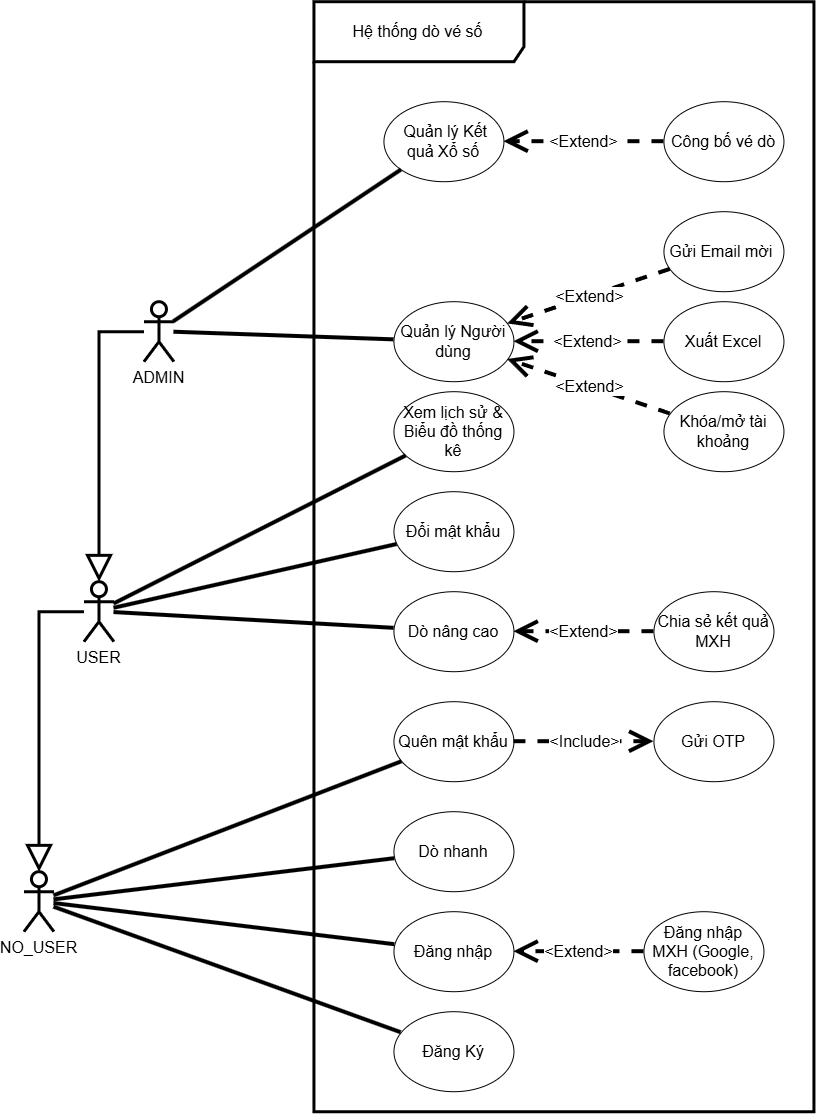
Before: Task 9/Presentation/images/usecase-diagram.png, a diagram exported from draw.io (Stratoze/lab301). Source tidied: cells renumbered, new cells last; positions are measured from the earlier drawing's top-left corner, leaving out a move shared by most shapes.
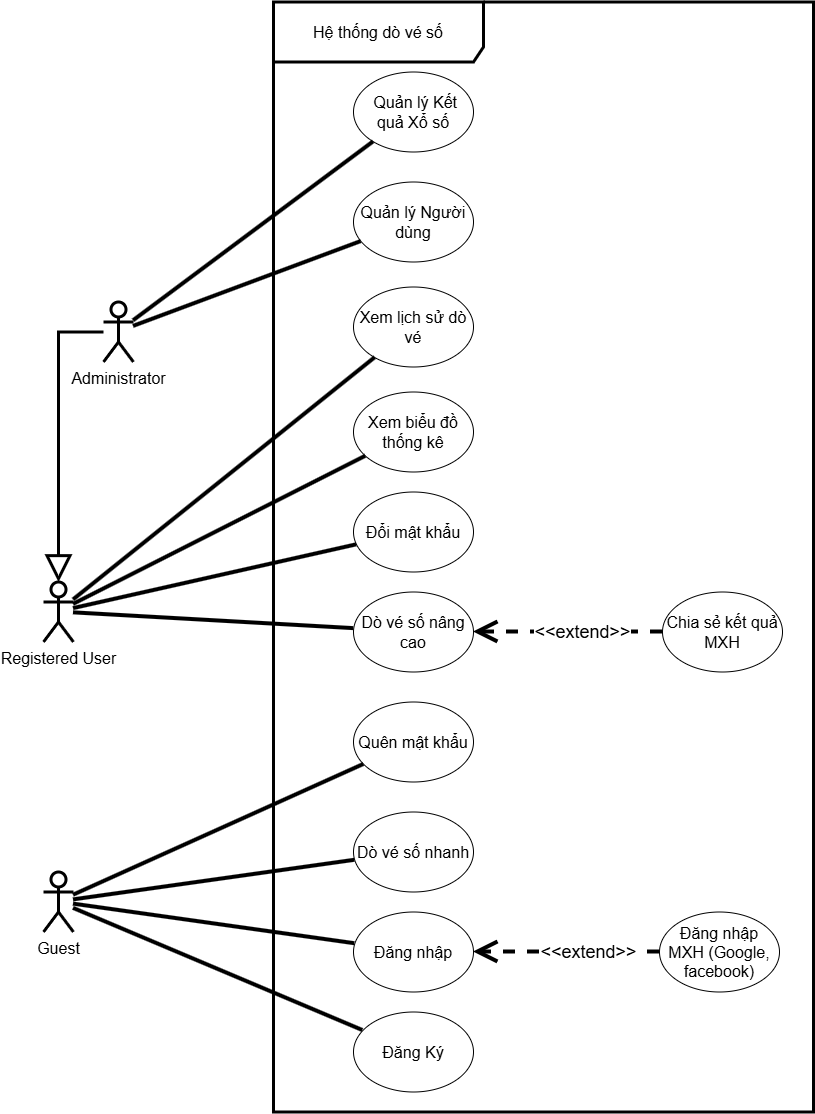
Above is the later version.

Commit message:
updated usecase diagram

Diff of the diagram source:
```diff
@@ -5,19 +5,16 @@
     <mxCell id="2" style="edgeStyle=orthogonalEdgeStyle;rounded=0;jettySize=auto;html=1;endArrow=block;endFill=0;endSize=20;startSize=20;strokeWidth=3;fontSize=16;" parent="1" edge="1" source="3" target="5">
       <mxGeometry relative="1" as="geometry" />
     </mxCell>
-    <mxCell id="3" value="&lt;div&gt;ADMIN&lt;/div&gt;" style="shape=umlActor;verticalLabelPosition=bottom;verticalAlign=top;html=1;outlineConnect=0;strokeWidth=3;fontSize=16;" parent="1" vertex="1">
+    <mxCell id="3" value="Administrator" style="shape=umlActor;verticalLabelPosition=bottom;verticalAlign=top;html=1;outlineConnect=0;strokeWidth=3;fontSize=16;" parent="1" vertex="1">
       <mxGeometry x="120" y="300" width="30" height="60" as="geometry" />
     </mxCell>
-    <mxCell id="4" style="edgeStyle=orthogonalEdgeStyle;rounded=0;jettySize=auto;html=1;endArrow=block;endFill=0;endSize=20;startSize=20;strokeWidth=3;fontSize=16;" parent="1" edge="1" source="5" target="6">
-      <mxGeometry relative="1" as="geometry" />
-    </mxCell>
-    <mxCell id="5" value="&lt;div&gt;USER&lt;/div&gt;" style="shape=umlActor;verticalLabelPosition=bottom;verticalAlign=top;html=1;outlineConnect=0;strokeWidth=3;fontSize=16;" parent="1" vertex="1">
+    <mxCell id="5" value="Registered User" style="shape=umlActor;verticalLabelPosition=bottom;verticalAlign=top;html=1;outlineConnect=0;strokeWidth=3;fontSize=16;" parent="1" vertex="1">
       <mxGeometry x="60" y="580" width="30" height="60" as="geometry" />
     </mxCell>
-    <mxCell id="6" value="&lt;div&gt;NO&lt;span style=&quot;background-color: transparent; color: light-dark(rgb(0, 0, 0), rgb(255, 255, 255));&quot;&gt;_USER&lt;/span&gt;&lt;/div&gt;" style="shape=umlActor;verticalLabelPosition=bottom;verticalAlign=top;html=1;outlineConnect=0;strokeWidth=3;fontSize=16;" parent="1" vertex="1">
-      <mxGeometry y="870" width="30" height="60" as="geometry" />
+    <mxCell id="6" value="&lt;div&gt;Guest&lt;/div&gt;" style="shape=umlActor;verticalLabelPosition=bottom;verticalAlign=top;html=1;outlineConnect=0;strokeWidth=3;fontSize=16;" parent="1" vertex="1">
+      <mxGeometry x="60" y="870" width="30" height="60" as="geometry" />
     </mxCell>
-    <mxCell id="7" value="Dò nhanh" style="ellipse;whiteSpace=wrap;html=1;fontSize=16;" parent="1" vertex="1">
+    <mxCell id="7" value="Dò vé số nhanh" style="ellipse;whiteSpace=wrap;html=1;fontSize=16;" parent="1" vertex="1">
       <mxGeometry x="370" y="810" width="120" height="80" as="geometry" />
     </mxCell>
     <mxCell id="8" value="Đăng Ký" style="ellipse;whiteSpace=wrap;html=1;fontSize=16;" parent="1" vertex="1">
@@ -29,20 +26,20 @@
     <mxCell id="10" value="Quên mật khẩu" style="ellipse;whiteSpace=wrap;html=1;fontSize=16;" parent="1" vertex="1">
       <mxGeometry x="370" y="700" width="120" height="80" as="geometry" />
     </mxCell>
-    <mxCell id="11" value="Dò nâng cao" style="ellipse;whiteSpace=wrap;html=1;fontSize=16;" parent="1" vertex="1">
+    <mxCell id="11" value="Dò vé số nâng cao" style="ellipse;whiteSpace=wrap;html=1;fontSize=16;" parent="1" vertex="1">
       <mxGeometry x="370" y="590" width="120" height="80" as="geometry" />
     </mxCell>
     <mxCell id="12" value="Đổi mật khẩu" style="ellipse;whiteSpace=wrap;html=1;fontSize=16;" parent="1" vertex="1">
       <mxGeometry x="370" y="490" width="120" height="80" as="geometry" />
     </mxCell>
-    <mxCell id="13" value="Xem lịch sử &amp;amp; Biểu đồ thống kê" style="ellipse;whiteSpace=wrap;html=1;fontSize=16;" parent="1" vertex="1">
+    <mxCell id="13" value="Xem biểu đồ thống kê" style="ellipse;whiteSpace=wrap;html=1;fontSize=16;" parent="1" vertex="1">
       <mxGeometry x="370" y="390" width="120" height="80" as="geometry" />
     </mxCell>
     <mxCell id="14" value="Quản lý Người dùng" style="ellipse;whiteSpace=wrap;html=1;fontSize=16;" parent="1" vertex="1">
-      <mxGeometry x="370" y="300" width="120" height="80" as="geometry" />
+      <mxGeometry x="370" y="180" width="120" height="80" as="geometry" />
     </mxCell>
     <mxCell id="15" value="&amp;nbsp;Quản lý Kết quả Xổ số" style="ellipse;whiteSpace=wrap;html=1;fontSize=16;" parent="1" vertex="1">
-      <mxGeometry x="360" y="100" width="120" height="80" as="geometry" />
+      <mxGeometry x="370" y="70" width="120" height="80" as="geometry" />
     </mxCell>
     <mxCell id="16" style="edgeStyle=none;rounded=0;jettySize=auto;html=1;endArrow=none;endFill=0;strokeWidth=4;fontSize=16;" parent="1" edge="1" source="6" target="9">
       <mxGeometry relative="1" as="geometry" />
@@ -63,7 +60,7 @@
       <mxGeometry relative="1" as="geometry" />
     </mxCell>
     <mxCell id="22" value="Hệ thống dò vé số" style="shape=umlFrame;whiteSpace=wrap;html=1;width=210;height=60;strokeWidth=3;fontSize=16;" parent="1" vertex="1">
-      <mxGeometry x="290" width="500" height="1110" as="geometry" />
+      <mxGeometry x="290" width="540" height="1110" as="geometry" />
     </mxCell>
     <mxCell id="23" style="edgeStyle=none;rounded=0;jettySize=auto;html=1;endArrow=none;endFill=0;strokeWidth=4;fontSize=16;" parent="1" edge="1" source="3" target="15">
       <mxGeometry relative="1" as="geometry" />
@@ -74,47 +71,25 @@
     <mxCell id="25" style="edgeStyle=none;rounded=0;jettySize=auto;html=1;endArrow=none;endFill=0;strokeWidth=4;fontSize=16;" parent="1" edge="1" source="5" target="11">
       <mxGeometry relative="1" as="geometry" />
     </mxCell>
-    <mxCell id="26" value="&amp;lt;Extend&amp;gt;" style="edgeStyle=orthogonalEdgeStyle;rounded=0;jettySize=auto;html=1;strokeWidth=4;endArrow=open;endFill=0;startSize=16;endSize=16;dashed=1;fontSize=16;" parent="1" edge="1" source="27" target="11">
-      <mxGeometry relative="1" as="geometry" />
+    <mxCell id="26" value="&amp;lt;&amp;lt;extend&amp;gt;&amp;gt;" style="edgeStyle=orthogonalEdgeStyle;rounded=0;jettySize=auto;html=1;strokeWidth=4;endArrow=open;endFill=0;startSize=16;endSize=16;dashed=1;fontSize=18;" parent="1" edge="1" source="27" target="11">
+      <mxGeometry x="-0.16" relative="1" as="geometry" />
     </mxCell>
     <mxCell id="27" value="Chia sẻ kết quả MXH" style="ellipse;whiteSpace=wrap;html=1;fontSize=16;" parent="1" vertex="1">
-      <mxGeometry x="630" y="590" width="120" height="80" as="geometry" />
+      <mxGeometry x="679" y="590" width="120" height="80" as="geometry" />
     </mxCell>
-    <mxCell id="28" value="Xuất Excel" style="ellipse;whiteSpace=wrap;html=1;fontSize=16;" parent="1" vertex="1">
-      <mxGeometry x="640" y="300" width="120" height="80" as="geometry" />
-    </mxCell>
-    <mxCell id="29" value="&amp;lt;Extend&amp;gt;" style="edgeStyle=orthogonalEdgeStyle;rounded=0;jettySize=auto;html=1;strokeWidth=4;endArrow=open;endFill=0;startSize=16;endSize=16;dashed=1;fontSize=16;" parent="1" edge="1" source="28" target="14">
-      <mxGeometry x="0.01" relative="1" as="geometry" />
-    </mxCell>
-    <mxCell id="30" value="Gửi OTP" style="ellipse;whiteSpace=wrap;html=1;fontSize=16;" parent="1" vertex="1">
-      <mxGeometry x="630" y="700" width="120" height="80" as="geometry" />
-    </mxCell>
-    <mxCell id="31" value="Gửi Email mời&amp;nbsp;" style="ellipse;whiteSpace=wrap;html=1;fontSize=16;" parent="1" vertex="1">
-      <mxGeometry x="640" y="210" width="120" height="80" as="geometry" />
-    </mxCell>
-    <mxCell id="32" value="&amp;lt;Include&amp;gt;" style="edgeStyle=orthogonalEdgeStyle;rounded=0;jettySize=auto;html=1;strokeWidth=4;endArrow=open;endFill=0;startSize=16;endSize=16;dashed=1;fontSize=16;" parent="1" edge="1" source="10" target="30">
-      <mxGeometry relative="1" as="geometry" />
-    </mxCell>
-    <mxCell id="33" value="&amp;lt;Extend&amp;gt;" style="rounded=0;jettySize=auto;html=1;strokeWidth=4;endArrow=open;endFill=0;startSize=16;endSize=16;dashed=1;fontSize=16;" parent="1" edge="1" source="31" target="14">
-      <mxGeometry x="0.01" relative="1" as="geometry" />
-    </mxCell>
-    <mxCell id="34" value="Khóa/mở tài khoảng" style="ellipse;whiteSpace=wrap;html=1;fontSize=16;" parent="1" vertex="1">
-      <mxGeometry x="640" y="390" width="120" height="80" as="geometry" />
-    </mxCell>
-    <mxCell id="35" value="&amp;lt;Extend&amp;gt;" style="rounded=0;jettySize=auto;html=1;strokeWidth=4;endArrow=open;endFill=0;startSize=16;endSize=16;dashed=1;fontSize=16;" parent="1" edge="1" source="34" target="14">
-      <mxGeometry x="0.01" relative="1" as="geometry" />
-    </mxCell>
-    <mxCell id="36" value="Công bố vé dò" style="ellipse;whiteSpace=wrap;html=1;fontSize=16;" parent="1" vertex="1">
-      <mxGeometry x="640" y="100" width="120" height="80" as="geometry" />
-    </mxCell>
-    <mxCell id="37" value="&amp;lt;Extend&amp;gt;" style="rounded=0;jettySize=auto;html=1;strokeWidth=4;endArrow=open;endFill=0;startSize=16;endSize=16;dashed=1;fontSize=16;" parent="1" edge="1" source="36" target="15">
-      <mxGeometry x="0.01" relative="1" as="geometry" />
-    </mxCell>
     <mxCell id="38" value="Đăng nhập MXH (Google, facebook)" style="ellipse;whiteSpace=wrap;html=1;fontSize=16;" parent="1" vertex="1">
-      <mxGeometry x="620" y="910" width="120" height="80" as="geometry" />
+      <mxGeometry x="676" y="910" width="120" height="80" as="geometry" />
     </mxCell>
-    <mxCell id="39" value="&amp;lt;Extend&amp;gt;" style="rounded=0;jettySize=auto;html=1;strokeWidth=4;endArrow=open;endFill=0;startSize=16;endSize=16;dashed=1;fontSize=16;" parent="1" edge="1" source="38" target="9">
-      <mxGeometry x="0.01" relative="1" as="geometry" />
+    <mxCell id="39" value="&amp;lt;&amp;lt;extend&amp;gt;&amp;gt;" style="rounded=0;jettySize=auto;html=1;strokeWidth=4;endArrow=open;endFill=0;startSize=16;endSize=16;dashed=1;fontSize=18;" parent="1" edge="1" source="38" target="9">
+      <mxGeometry x="-0.25" relative="1" as="geometry">
+        <mxPoint x="-1" as="offset" />
+      </mxGeometry>
     </mxCell>
+    <mxCell id="40" value="Xem lịch sử dò vé" style="ellipse;whiteSpace=wrap;html=1;fontSize=16;" parent="1" vertex="1">
+      <mxGeometry x="370" y="285" width="120" height="80" as="geometry" />
+    </mxCell>
+    <mxCell id="41" style="edgeStyle=none;rounded=0;jettySize=auto;html=1;endArrow=none;endFill=0;strokeWidth=4;fontSize=16;" parent="1" edge="1" source="5" target="40">
+      <mxGeometry relative="1" as="geometry" />
+    </mxCell>
   </root>
 </mxGraphModel>
```
